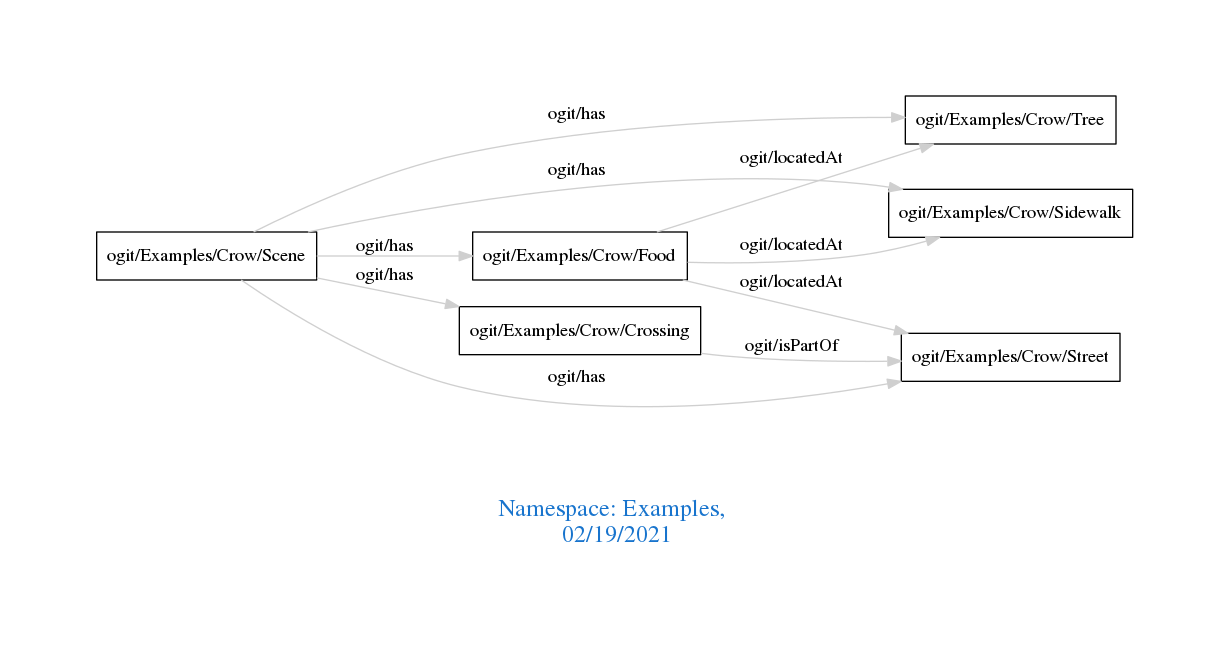
Above: downloads/Examples.png in arago/OGIT (Graphviz), before the change. Its source is kept beside it as downloads/Examples.dot.
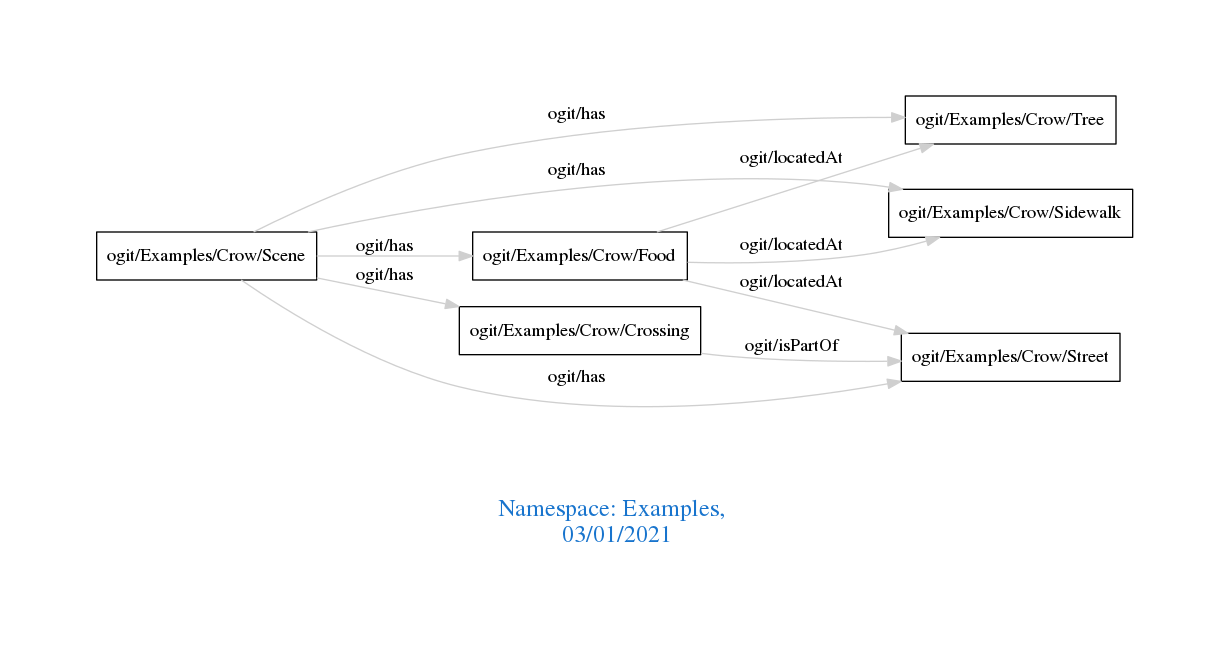
The same file after the commit.

Change to the diagram source:
```diff
@@ -1,7 +1,7 @@
 digraph OGIT_ontology {
  graph [ rankdir= LR,pad=1
 fontsize = 18,
-fontcolor= dodgerblue3,label = "\n\n\nNamespace: Examples, \n 02/19/2021"];
+fontcolor= dodgerblue3,label = "\n\n\nNamespace: Examples, \n 03/01/2021"];
 node[shape=polygon];
 edge [  color="gray81"];
 
```
